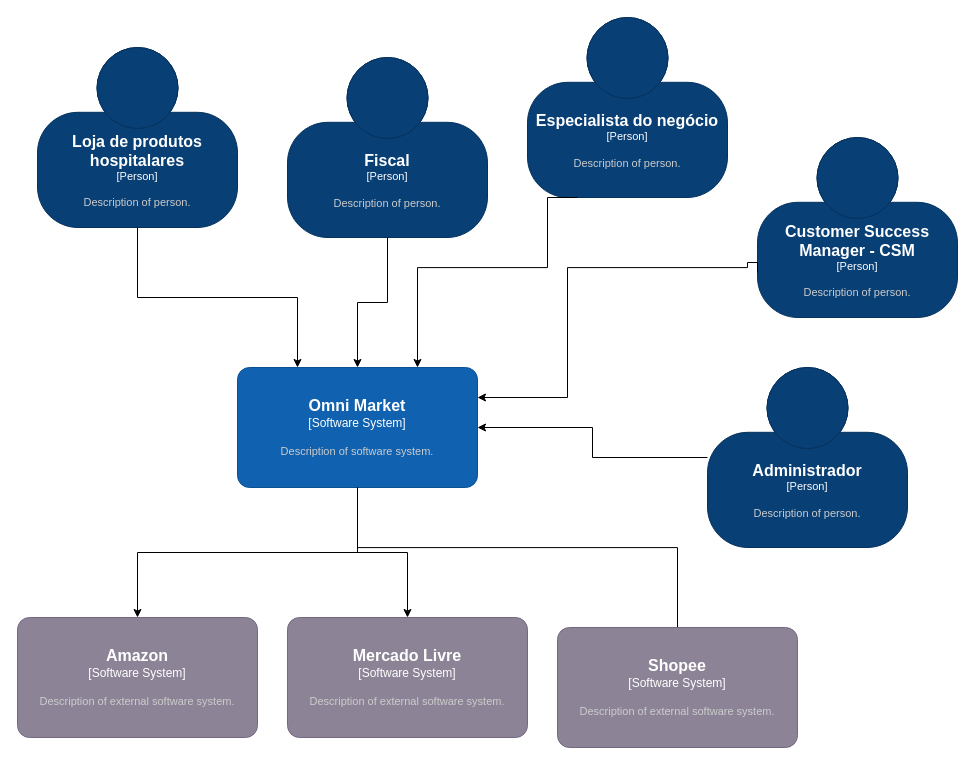
Earlier version of the draw.io diagram page "C4 Model - Contexto" (1 of 2) of docs/c4/Omni Market - C4 Model Contexto.drawio (gabezy/arquteitura-multiplataforma-trabalho-final). Source tidied: cells renumbered, new cells numbered last; positions are measured from the earlier drawing's top-left corner, leaving out a move shared by most shapes. Both pictures are drawn from the tidied source at 100%, with x=0, y=0 at pixel (17, 17).
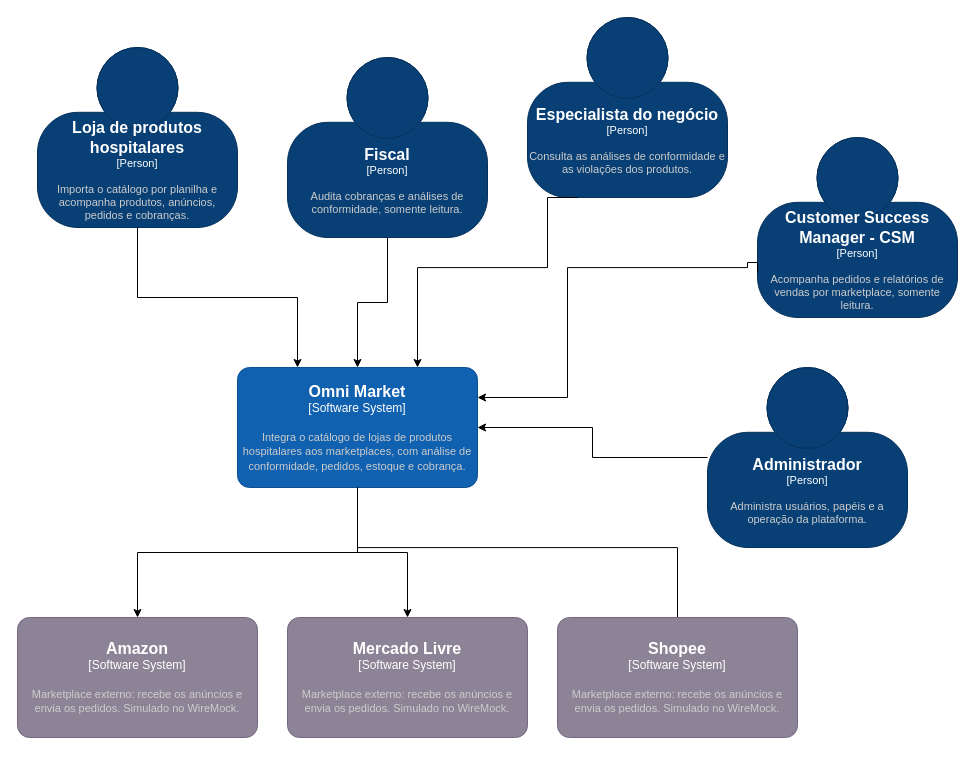
After the change.

Commit message:
docs(c4): substitui os textos de template do diagrama de contexto

Descrições reais do Omni Market, das cinco personas e dos três marketplaces. As personas seguem a proposta da #9, ainda a validar. Refs #13

Diff of the diagram source:
```diff
@@
-    <object id="3" label="&lt;font style=&quot;font-size: 16px&quot;&gt;&lt;b&gt;%c4Name%&lt;/b&gt;&lt;/font&gt;&lt;div&gt;[%c4Type%]&lt;/div&gt;&lt;br&gt;&lt;div&gt;&lt;font style=&quot;font-size: 11px&quot;&gt;&lt;font color=&quot;#cccccc&quot;&gt;%c4Description%&lt;/font&gt;&lt;/div&gt;" c4Description="Description of software system." c4Name="Omni Market" c4Type="Software System" placeholders="1">
+    <object id="3" label="&lt;font style=&quot;font-size: 16px&quot;&gt;&lt;b&gt;%c4Name%&lt;/b&gt;&lt;/font&gt;&lt;div&gt;[%c4Type%]&lt;/div&gt;&lt;br&gt;&lt;div&gt;&lt;font style=&quot;font-size: 11px&quot;&gt;&lt;font color=&quot;#cccccc&quot;&gt;%c4Description%&lt;/font&gt;&lt;/div&gt;" c4Description="Integra o catálogo de lojas de produtos hospitalares aos marketplaces, com análise de conformidade, pedidos, estoque e cobrança." c4Name="Omni Market" c4Type="Software System" placeholders="1">
       <mxCell style="rounded=1;whiteSpace=wrap;html=1;labelBackgroundColor=none;fillColor=#1061B0;fontColor=#ffffff;align=center;arcSize=10;strokeColor=#0D5091;points=[[0.25,0,0],[0.5,0,0],[0.75,0,0],[1,0.25,0],[1,0.5,0],[1,0.75,0],[0.75,1,0],[0.5,1,0],[0.25,1,0],[0,0.75,0],[0,0.5,0],[0,0.25,0]];" parent="1" vertex="1">
         <mxGeometry x="220" y="350" width="240" height="120" as="geometry" />
       </mxCell>
     </object>
-    <object id="4" label="&lt;font style=&quot;font-size: 16px&quot;&gt;&lt;b&gt;%c4Name%&lt;/b&gt;&lt;/font&gt;&lt;div&gt;[%c4Type%]&lt;/div&gt;&lt;br&gt;&lt;div&gt;&lt;font style=&quot;font-size: 11px&quot;&gt;&lt;font color=&quot;#cccccc&quot;&gt;%c4Description%&lt;/font&gt;&lt;/div&gt;" c4Description="Description of person." c4Name="Loja de produtos hospitalares" c4Type="Person" placeholders="1">
+    <object id="4" label="&lt;font style=&quot;font-size: 16px&quot;&gt;&lt;b&gt;%c4Name%&lt;/b&gt;&lt;/font&gt;&lt;div&gt;[%c4Type%]&lt;/div&gt;&lt;br&gt;&lt;div&gt;&lt;font style=&quot;font-size: 11px&quot;&gt;&lt;font color=&quot;#cccccc&quot;&gt;%c4Description%&lt;/font&gt;&lt;/div&gt;" c4Description="Importa o catálogo por planilha e acompanha produtos, anúncios, pedidos e cobranças." c4Name="Loja de produtos hospitalares" c4Type="Person" placeholders="1">
       <mxCell style="html=1;fontSize=11;dashed=0;whiteSpace=wrap;fillColor=#083F75;strokeColor=#06315C;fontColor=#ffffff;shape=mxgraph.c4.person2;align=center;points=[[0.5,0,0],[1,0.5,0],[1,0.75,0],[0.75,1,0],[0.5,1,0],[0.25,1,0],[0,0.75,0],[0,0.5,0]];" parent="1" vertex="1">
         <mxGeometry x="20" y="30" width="200" height="180" as="geometry" />
       </mxCell>
     </object>
-    <object id="5" label="&lt;font style=&quot;font-size: 16px&quot;&gt;&lt;b&gt;%c4Name%&lt;/b&gt;&lt;/font&gt;&lt;div&gt;[%c4Type%]&lt;/div&gt;&lt;br&gt;&lt;div&gt;&lt;font style=&quot;font-size: 11px&quot;&gt;&lt;font color=&quot;#cccccc&quot;&gt;%c4Description%&lt;/font&gt;&lt;/div&gt;" c4Description="Description of external software system." c4Name="Amazon" c4Type="Software System" placeholders="1">
+    <object id="5" label="&lt;font style=&quot;font-size: 16px&quot;&gt;&lt;b&gt;%c4Name%&lt;/b&gt;&lt;/font&gt;&lt;div&gt;[%c4Type%]&lt;/div&gt;&lt;br&gt;&lt;div&gt;&lt;font style=&quot;font-size: 11px&quot;&gt;&lt;font color=&quot;#cccccc&quot;&gt;%c4Description%&lt;/font&gt;&lt;/div&gt;" c4Description="Marketplace externo: recebe os anúncios e envia os pedidos. Simulado no WireMock." c4Name="Amazon" c4Type="Software System" placeholders="1">
       <mxCell style="rounded=1;whiteSpace=wrap;html=1;labelBackgroundColor=none;fillColor=#8C8496;fontColor=#ffffff;align=center;arcSize=10;strokeColor=#736782;points=[[0.25,0,0],[0.5,0,0],[0.75,0,0],[1,0.25,0],[1,0.5,0],[1,0.75,0],[0.75,1,0],[0.5,1,0],[0.25,1,0],[0,0.75,0],[0,0.5,0],[0,0.25,0]];" parent="1" vertex="1">
         <mxGeometry y="600" width="240" height="120" as="geometry" />
       </mxCell>
     </object>
-    <object id="6" label="&lt;font style=&quot;font-size: 16px&quot;&gt;&lt;b&gt;%c4Name%&lt;/b&gt;&lt;/font&gt;&lt;div&gt;[%c4Type%]&lt;/div&gt;&lt;br&gt;&lt;div&gt;&lt;font style=&quot;font-size: 11px&quot;&gt;&lt;font color=&quot;#cccccc&quot;&gt;%c4Description%&lt;/font&gt;&lt;/div&gt;" c4Description="Description of person." c4Name="Fiscal" c4Type="Person" placeholders="1">
+    <object id="6" label="&lt;font style=&quot;font-size: 16px&quot;&gt;&lt;b&gt;%c4Name%&lt;/b&gt;&lt;/font&gt;&lt;div&gt;[%c4Type%]&lt;/div&gt;&lt;br&gt;&lt;div&gt;&lt;font style=&quot;font-size: 11px&quot;&gt;&lt;font color=&quot;#cccccc&quot;&gt;%c4Description%&lt;/font&gt;&lt;/div&gt;" c4Description="Audita cobranças e análises de conformidade, somente leitura." c4Name="Fiscal" c4Type="Person" placeholders="1">
       <mxCell style="html=1;fontSize=11;dashed=0;whiteSpace=wrap;fillColor=#083F75;strokeColor=#06315C;fontColor=#ffffff;shape=mxgraph.c4.person2;align=center;points=[[0.5,0,0],[1,0.5,0],[1,0.75,0],[0.75,1,0],[0.5,1,0],[0.25,1,0],[0,0.75,0],[0,0.5,0]];" parent="1" vertex="1">
         <mxGeometry x="270" y="40" width="200" height="180" as="geometry" />
       </mxCell>
     </object>
-    <object id="7" label="&lt;font style=&quot;font-size: 16px&quot;&gt;&lt;b&gt;%c4Name%&lt;/b&gt;&lt;/font&gt;&lt;div&gt;[%c4Type%]&lt;/div&gt;&lt;br&gt;&lt;div&gt;&lt;font style=&quot;font-size: 11px&quot;&gt;&lt;font color=&quot;#cccccc&quot;&gt;%c4Description%&lt;/font&gt;&lt;/div&gt;" c4Description="Description of person." c4Name="Administrador" c4Type="Person" placeholders="1">
+    <object id="7" label="&lt;font style=&quot;font-size: 16px&quot;&gt;&lt;b&gt;%c4Name%&lt;/b&gt;&lt;/font&gt;&lt;div&gt;[%c4Type%]&lt;/div&gt;&lt;br&gt;&lt;div&gt;&lt;font style=&quot;font-size: 11px&quot;&gt;&lt;font color=&quot;#cccccc&quot;&gt;%c4Description%&lt;/font&gt;&lt;/div&gt;" c4Description="Administra usuários, papéis e a operação da plataforma." c4Name="Administrador" c4Type="Person" placeholders="1">
       <mxCell style="html=1;fontSize=11;dashed=0;whiteSpace=wrap;fillColor=#083F75;strokeColor=#06315C;fontColor=#ffffff;shape=mxgraph.c4.person2;align=center;points=[[0.5,0,0],[1,0.5,0],[1,0.75,0],[0.75,1,0],[0.5,1,0],[0.25,1,0],[0,0.75,0],[0,0.5,0]];" parent="1" vertex="1">
         <mxGeometry x="690" y="350" width="200" height="180" as="geometry" />
       </mxCell>
     </object>
@@
-    <object id="11" label="&lt;font style=&quot;font-size: 16px&quot;&gt;&lt;b&gt;%c4Name%&lt;/b&gt;&lt;/font&gt;&lt;div&gt;[%c4Type%]&lt;/div&gt;&lt;br&gt;&lt;div&gt;&lt;font style=&quot;font-size: 11px&quot;&gt;&lt;font color=&quot;#cccccc&quot;&gt;%c4Description%&lt;/font&gt;&lt;/div&gt;" c4Description="Description of external software system." c4Name="Mercado Livre" c4Type="Software System" placeholders="1">
+    <object id="11" label="&lt;font style=&quot;font-size: 16px&quot;&gt;&lt;b&gt;%c4Name%&lt;/b&gt;&lt;/font&gt;&lt;div&gt;[%c4Type%]&lt;/div&gt;&lt;br&gt;&lt;div&gt;&lt;font style=&quot;font-size: 11px&quot;&gt;&lt;font color=&quot;#cccccc&quot;&gt;%c4Description%&lt;/font&gt;&lt;/div&gt;" c4Description="Marketplace externo: recebe os anúncios e envia os pedidos. Simulado no WireMock." c4Name="Mercado Livre" c4Type="Software System" placeholders="1">
       <mxCell style="rounded=1;whiteSpace=wrap;html=1;labelBackgroundColor=none;fillColor=#8C8496;fontColor=#ffffff;align=center;arcSize=10;strokeColor=#736782;points=[[0.25,0,0],[0.5,0,0],[0.75,0,0],[1,0.25,0],[1,0.5,0],[1,0.75,0],[0.75,1,0],[0.5,1,0],[0.25,1,0],[0,0.75,0],[0,0.5,0],[0,0.25,0]];" parent="1" vertex="1">
         <mxGeometry x="270" y="600" width="240" height="120" as="geometry" />
       </mxCell>
     </object>
-    <object id="12" label="&lt;font style=&quot;font-size: 16px&quot;&gt;&lt;b&gt;%c4Name%&lt;/b&gt;&lt;/font&gt;&lt;div&gt;[%c4Type%]&lt;/div&gt;&lt;br&gt;&lt;div&gt;&lt;font style=&quot;font-size: 11px&quot;&gt;&lt;font color=&quot;#cccccc&quot;&gt;%c4Description%&lt;/font&gt;&lt;/div&gt;" c4Description="Description of external software system." c4Name="Shopee" c4Type="Software System" placeholders="1">
+    <object id="12" label="&lt;font style=&quot;font-size: 16px&quot;&gt;&lt;b&gt;%c4Name%&lt;/b&gt;&lt;/font&gt;&lt;div&gt;[%c4Type%]&lt;/div&gt;&lt;br&gt;&lt;div&gt;&lt;font style=&quot;font-size: 11px&quot;&gt;&lt;font color=&quot;#cccccc&quot;&gt;%c4Description%&lt;/font&gt;&lt;/div&gt;" c4Description="Marketplace externo: recebe os anúncios e envia os pedidos. Simulado no WireMock." c4Name="Shopee" c4Type="Software System" placeholders="1">
       <mxCell style="rounded=1;whiteSpace=wrap;html=1;labelBackgroundColor=none;fillColor=#8C8496;fontColor=#ffffff;align=center;arcSize=10;strokeColor=#736782;" parent="1" vertex="1">
-        <mxGeometry x="540" y="610" width="240" height="120" as="geometry" />
+        <mxGeometry x="540" y="600" width="240" height="120" as="geometry" />
       </mxCell>
     </object>
@@
-    <object id="15" label="&lt;font style=&quot;font-size: 16px&quot;&gt;&lt;b&gt;%c4Name%&lt;/b&gt;&lt;/font&gt;&lt;div&gt;[%c4Type%]&lt;/div&gt;&lt;br&gt;&lt;div&gt;&lt;font style=&quot;font-size: 11px&quot;&gt;&lt;font color=&quot;#cccccc&quot;&gt;%c4Description%&lt;/font&gt;&lt;/div&gt;" c4Description="Description of person." c4Name="Customer Success Manager - CSM" c4Type="Person" placeholders="1">
+    <object id="15" label="&lt;font style=&quot;font-size: 16px&quot;&gt;&lt;b&gt;%c4Name%&lt;/b&gt;&lt;/font&gt;&lt;div&gt;[%c4Type%]&lt;/div&gt;&lt;br&gt;&lt;div&gt;&lt;font style=&quot;font-size: 11px&quot;&gt;&lt;font color=&quot;#cccccc&quot;&gt;%c4Description%&lt;/font&gt;&lt;/div&gt;" c4Description="Acompanha pedidos e relatórios de vendas por marketplace, somente leitura." c4Name="Customer Success Manager - CSM" c4Type="Person" placeholders="1">
       <mxCell style="html=1;fontSize=11;dashed=0;whiteSpace=wrap;fillColor=#083F75;strokeColor=#06315C;fontColor=#ffffff;shape=mxgraph.c4.person2;align=center;points=[[0.5,0,0],[1,0.5,0],[1,0.75,0],[0.75,1,0],[0.5,1,0],[0.25,1,0],[0,0.75,0],[0,0.5,0]];" parent="1" vertex="1">
         <mxGeometry x="740" y="120" width="200" height="180" as="geometry" />
       </mxCell>
     </object>
@@
-    <object id="17" label="&lt;font style=&quot;font-size: 16px&quot;&gt;&lt;b&gt;%c4Name%&lt;/b&gt;&lt;/font&gt;&lt;div&gt;[%c4Type%]&lt;/div&gt;&lt;br&gt;&lt;div&gt;&lt;font style=&quot;font-size: 11px&quot;&gt;&lt;font color=&quot;#cccccc&quot;&gt;%c4Description%&lt;/font&gt;&lt;/div&gt;" c4Description="Description of person." c4Name="Especialista do negócio" c4Type="Person" placeholders="1">
+    <object id="17" label="&lt;font style=&quot;font-size: 16px&quot;&gt;&lt;b&gt;%c4Name%&lt;/b&gt;&lt;/font&gt;&lt;div&gt;[%c4Type%]&lt;/div&gt;&lt;br&gt;&lt;div&gt;&lt;font style=&quot;font-size: 11px&quot;&gt;&lt;font color=&quot;#cccccc&quot;&gt;%c4Description%&lt;/font&gt;&lt;/div&gt;" c4Description="Consulta as análises de conformidade e as violações dos produtos." c4Name="Especialista do negócio" c4Type="Person" placeholders="1">
       <mxCell style="html=1;fontSize=11;dashed=0;whiteSpace=wrap;fillColor=#083F75;strokeColor=#06315C;fontColor=#ffffff;shape=mxgraph.c4.person2;align=center;points=[[0.5,0,0],[1,0.5,0],[1,0.75,0],[0.75,1,0],[0.5,1,0],[0.25,1,0],[0,0.75,0],[0,0.5,0]];" parent="1" vertex="1">
         <mxGeometry x="510" width="200" height="180" as="geometry" />
       </mxCell>
     </object>
```
